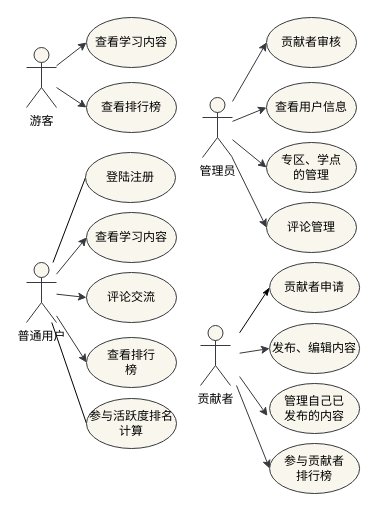
The draw.io diagram page "第 2 页" (2 of 12) of a.dio in z-juln/it-community, before the edit. Source tidied: cells renumbered, new cells numbered last; positions are measured from the earlier drawing's top-left corner, leaving out a move shared by most shapes. Both pictures are drawn from the tidied source at 100%, with x=0, y=0 at pixel (26, 17).
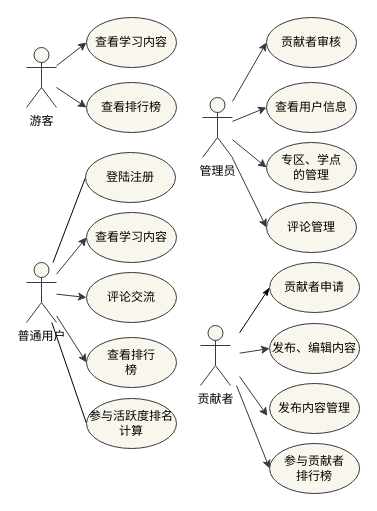
After the change.

The edit, as a diff of the source:
```diff
@@
-    <mxCell id="28" value="管理自己已&lt;br&gt;发布的内容" style="ellipse;whiteSpace=wrap;html=1;fillColor=#f9f7ed;strokeColor=#36393d;fontColor=#000000;" parent="1" vertex="1">
+    <mxCell id="28" value="发布内容管理" style="ellipse;whiteSpace=wrap;html=1;fillColor=#f9f7ed;strokeColor=#36393d;fontColor=#000000;" parent="1" vertex="1">
       <mxGeometry x="243.1" y="366" width="90" height="50" as="geometry" />
     </mxCell>
```
